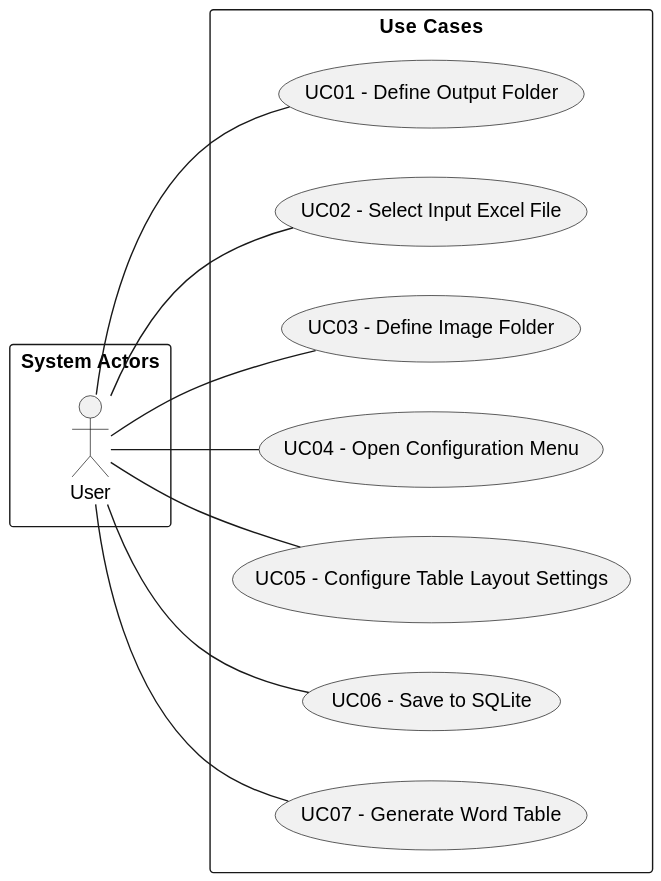
Before: out/docs/system-documentation/global-artifacts/01.requirements-engineering/puml/UCD/UCD.svg, a diagram exported from PlantUML (fAzeOl/TableGenerator). Source of this version:
```plantuml
@startuml
left to right direction


rectangle "System Actors" as actor {
actor User
}

rectangle "Use Cases" {
    usecase "UC01 - Define Output Folder" as UC01
    usecase "UC02 - Select Input Excel File" as UC02
    usecase "UC03 - Define Image Folder" as UC03
    usecase "UC04 - Open Configuration Menu" as UC04
    usecase "UC05 - Configure Table Layout Settings" as UC05
    usecase "UC06 - Save to SQLite" as UC06
    usecase "UC07 - Generate Word Table" as UC07
}

User -- UC01
User -- UC02
User -- UC03
User -- UC04
User -- UC05
User -- UC06
User -- UC07
@enduml
```
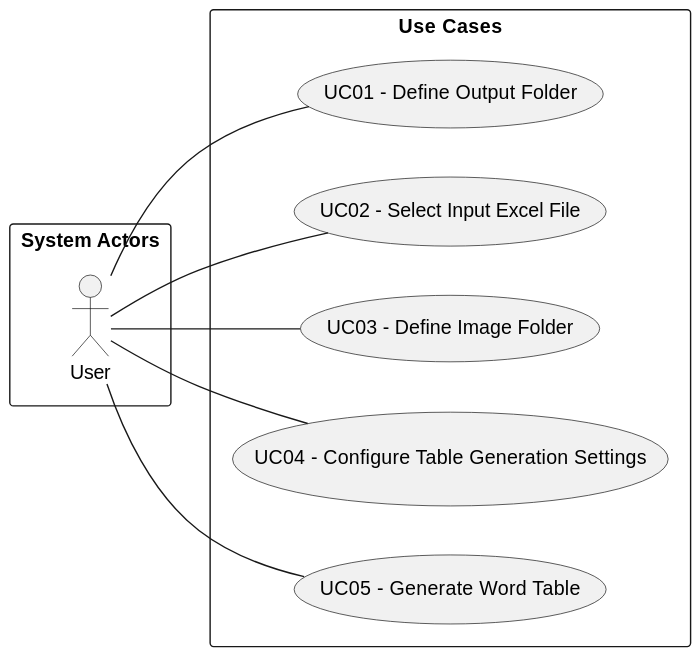
After the commit.

Change to the diagram source:
```diff
@@ -10,10 +10,8 @@
     usecase "UC01 - Define Output Folder" as UC01
     usecase "UC02 - Select Input Excel File" as UC02
     usecase "UC03 - Define Image Folder" as UC03
-    usecase "UC04 - Open Configuration Menu" as UC04
-    usecase "UC05 - Configure Table Layout Settings" as UC05
-    usecase "UC06 - Save to SQLite" as UC06
-    usecase "UC07 - Generate Word Table" as UC07
+    usecase "UC04 - Configure Table Generation Settings" as UC04
+    usecase "UC05 - Generate Word Table" as UC05
 }
 
 User -- UC01
@@ -21,6 +19,4 @@
 User -- UC03
 User -- UC04
 User -- UC05
-User -- UC06
-User -- UC07
 @enduml
```
